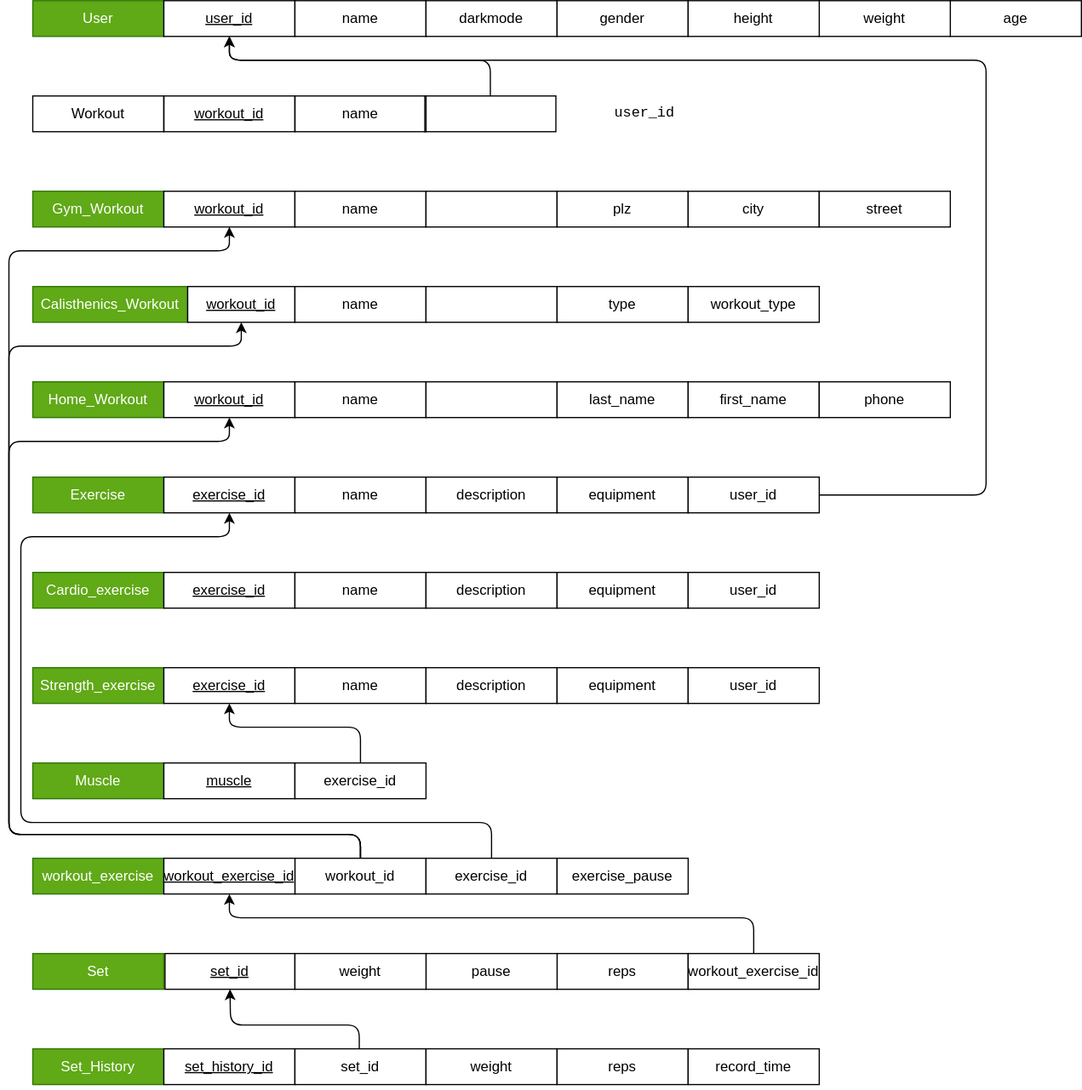
Earlier version of the draw.io export DataBase-RelationasSchema.drawio.svg (Johannes0220/DatabaseProject). Source tidied: cells renumbered, new cells last; positions are measured from the earlier drawing's top-left corner, leaving out a move shared by most shapes.
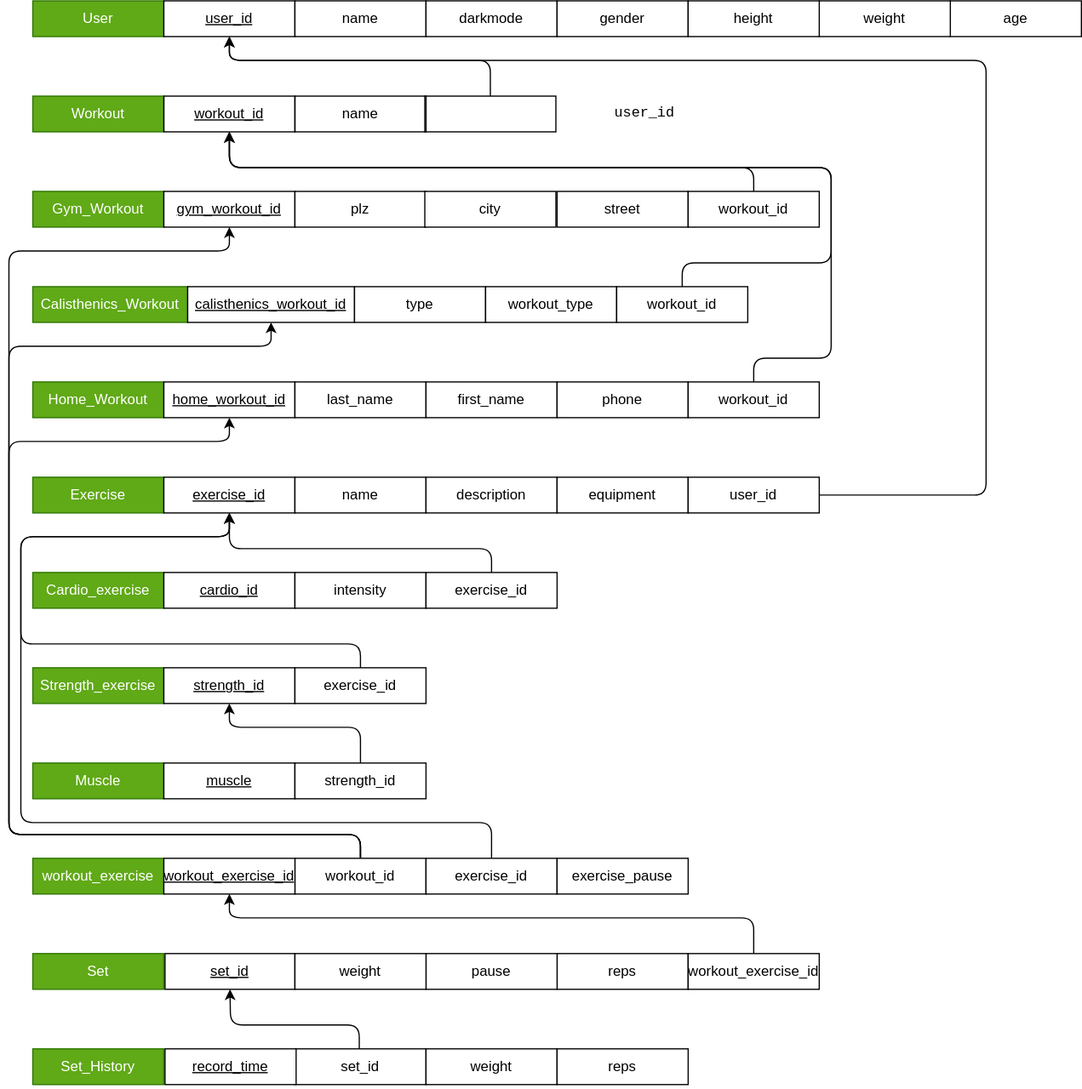
The same file after the commit.

Commit message:
Fixed Union, disjunction and weak entities

What changed in the source:
```diff
@@ -26,7 +26,7 @@
     <mxCell id="9" value="height" style="whiteSpace=wrap;html=1;" parent="1" vertex="1">
       <mxGeometry x="570" width="110" height="30" as="geometry" />
     </mxCell>
-    <mxCell id="10" value="Workout" style="whiteSpace=wrap;html=1;fillColor=none;" parent="1" vertex="1">
+    <mxCell id="10" value="Workout" style="whiteSpace=wrap;html=1;fillColor=#60a917;fontColor=#ffffff;strokeColor=#2D7600;" parent="1" vertex="1">
       <mxGeometry x="20" y="80" width="110" height="30" as="geometry" />
     </mxCell>
     <mxCell id="11" value="&lt;u&gt;workout_id&lt;/u&gt;" style="whiteSpace=wrap;html=1;fillColor=none;" parent="1" vertex="1">
@@ -97,7 +97,7 @@
           <mxPoint y="700" />
           <mxPoint y="450" />
           <mxPoint y="290" />
-          <mxPoint x="195" y="290" />
+          <mxPoint x="220" y="290" />
         </Array>
       </mxGeometry>
     </mxCell>
@@ -161,9 +161,6 @@
     <mxCell id="37" value="Set_History" style="whiteSpace=wrap;html=1;fillColor=#60a917;fontColor=#ffffff;strokeColor=#2D7600;" parent="1" vertex="1">
       <mxGeometry x="20" y="880" width="110" height="30" as="geometry" />
     </mxCell>
-    <mxCell id="38" value="&lt;u&gt;set_history_id&lt;/u&gt;" style="whiteSpace=wrap;html=1;" parent="1" vertex="1">
-      <mxGeometry x="130" y="880" width="110" height="30" as="geometry" />
-    </mxCell>
     <mxCell id="39" style="edgeStyle=none;html=1;exitX=0.5;exitY=0;exitDx=0;exitDy=0;entryX=0.5;entryY=1;entryDx=0;entryDy=0;" parent="1" edge="1" source="40" target="31">
       <mxGeometry relative="1" as="geometry">
         <Array as="points">
@@ -182,68 +179,50 @@
     <mxCell id="42" value="reps" style="whiteSpace=wrap;html=1;" parent="1" vertex="1">
       <mxGeometry x="460" y="880" width="110" height="30" as="geometry" />
     </mxCell>
-    <mxCell id="43" value="record_time" style="whiteSpace=wrap;html=1;" parent="1" vertex="1">
-      <mxGeometry x="570" y="880" width="110" height="30" as="geometry" />
+    <mxCell id="43" value="&lt;u&gt;record_time&lt;/u&gt;" style="whiteSpace=wrap;html=1;" parent="1" vertex="1">
+      <mxGeometry x="131" y="880" width="110" height="30" as="geometry" />
     </mxCell>
     <mxCell id="44" value="Gym_Workout" style="whiteSpace=wrap;html=1;fillColor=#60a917;fontColor=#ffffff;strokeColor=#2D7600;" parent="1" vertex="1">
       <mxGeometry x="20" y="160" width="110" height="30" as="geometry" />
     </mxCell>
-    <mxCell id="45" value="&lt;u&gt;workout_id&lt;/u&gt;" style="whiteSpace=wrap;html=1;" parent="1" vertex="1">
+    <mxCell id="45" value="&lt;u&gt;gym_workout_id&lt;/u&gt;" style="whiteSpace=wrap;html=1;" parent="1" vertex="1">
       <mxGeometry x="130" y="160" width="110" height="30" as="geometry" />
     </mxCell>
-    <mxCell id="46" value="name" style="whiteSpace=wrap;html=1;" parent="1" vertex="1">
-      <mxGeometry x="240" y="160" width="110" height="30" as="geometry" />
-    </mxCell>
-    <mxCell id="47" value="&lt;pre&gt;user_id&lt;/pre&gt;" style="whiteSpace=wrap;html=1;" parent="1" vertex="1">
-      <mxGeometry x="350" y="160" width="110" height="30" as="geometry" />
-    </mxCell>
     <mxCell id="48" value="plz" style="whiteSpace=wrap;html=1;" parent="1" vertex="1">
-      <mxGeometry x="460" y="160" width="110" height="30" as="geometry" />
+      <mxGeometry x="240" y="160" width="110" height="30" as="geometry" />
     </mxCell>
     <mxCell id="49" value="Calisthenics_Workout" style="whiteSpace=wrap;html=1;fillColor=#60a917;fontColor=#ffffff;strokeColor=#2D7600;" parent="1" vertex="1">
       <mxGeometry x="20" y="240" width="130" height="30" as="geometry" />
     </mxCell>
-    <mxCell id="50" value="&lt;u&gt;workout_id&lt;/u&gt;" style="whiteSpace=wrap;html=1;" parent="1" vertex="1">
-      <mxGeometry x="150" y="240" width="90" height="30" as="geometry" />
+    <mxCell id="50" value="&lt;u&gt;calisthenics_workout_id&lt;/u&gt;" style="whiteSpace=wrap;html=1;" parent="1" vertex="1">
+      <mxGeometry x="150" y="240" width="140" height="30" as="geometry" />
     </mxCell>
-    <mxCell id="51" value="name" style="whiteSpace=wrap;html=1;" parent="1" vertex="1">
-      <mxGeometry x="240" y="240" width="110" height="30" as="geometry" />
-    </mxCell>
-    <mxCell id="52" value="&lt;pre&gt;user_id&lt;/pre&gt;" style="whiteSpace=wrap;html=1;" parent="1" vertex="1">
-      <mxGeometry x="350" y="240" width="110" height="30" as="geometry" />
-    </mxCell>
     <mxCell id="53" value="Home_Workout" style="whiteSpace=wrap;html=1;fillColor=#60a917;fontColor=#ffffff;strokeColor=#2D7600;" parent="1" vertex="1">
       <mxGeometry x="20" y="320" width="110" height="30" as="geometry" />
     </mxCell>
-    <mxCell id="54" value="&lt;u&gt;workout_id&lt;/u&gt;" style="whiteSpace=wrap;html=1;" parent="1" vertex="1">
+    <mxCell id="54" value="&lt;u&gt;home_workout_id&lt;/u&gt;" style="whiteSpace=wrap;html=1;" parent="1" vertex="1">
       <mxGeometry x="130" y="320" width="110" height="30" as="geometry" />
     </mxCell>
-    <mxCell id="55" value="name" style="whiteSpace=wrap;html=1;" parent="1" vertex="1">
-      <mxGeometry x="240" y="320" width="110" height="30" as="geometry" />
-    </mxCell>
-    <mxCell id="56" value="&lt;pre&gt;user_id&lt;/pre&gt;" style="whiteSpace=wrap;html=1;" parent="1" vertex="1">
-      <mxGeometry x="350" y="320" width="110" height="30" as="geometry" />
-    </mxCell>
     <mxCell id="57" value="type" style="whiteSpace=wrap;html=1;" parent="1" vertex="1">
-      <mxGeometry x="460" y="240" width="110" height="30" as="geometry" />
+      <mxGeometry x="290" y="240" width="110" height="30" as="geometry" />
     </mxCell>
     <mxCell id="58" value="last_name" style="whiteSpace=wrap;html=1;" parent="1" vertex="1">
-      <mxGeometry x="460" y="320" width="110" height="30" as="geometry" />
+      <mxGeometry x="240" y="320" width="110" height="30" as="geometry" />
     </mxCell>
     <mxCell id="59" value="workout_type" style="whiteSpace=wrap;html=1;" parent="1" vertex="1">
-      <mxGeometry x="570" y="240" width="110" height="30" as="geometry" />
+      <mxGeometry x="400" y="240" width="110" height="30" as="geometry" />
     </mxCell>
     <mxCell id="60" value="first_name" style="whiteSpace=wrap;html=1;" parent="1" vertex="1">
-      <mxGeometry x="570" y="320" width="110" height="30" as="geometry" />
+      <mxGeometry x="350" y="320" width="110" height="30" as="geometry" />
     </mxCell>
     <mxCell id="61" value="city" style="whiteSpace=wrap;html=1;" parent="1" vertex="1">
-      <mxGeometry x="570" y="160" width="110" height="30" as="geometry" />
+      <mxGeometry x="349" y="160" width="110" height="30" as="geometry" />
     </mxCell>
     <mxCell id="62" value="street" style="whiteSpace=wrap;html=1;" parent="1" vertex="1">
-      <mxGeometry x="680" y="160" width="110" height="30" as="geometry" />
+      <mxGeometry x="460" y="160" width="110" height="30" as="geometry" />
     </mxCell>
     <mxCell id="63" value="phone" style="whiteSpace=wrap;html=1;" parent="1" vertex="1">
-      <mxGeometry x="680" y="320" width="110" height="30" as="geometry" />
+      <mxGeometry x="460" y="320" width="110" height="30" as="geometry" />
     </mxCell>
     <mxCell id="64" value="exercise_pause" style="whiteSpace=wrap;html=1;" parent="1" vertex="1">
       <mxGeometry x="460" y="720" width="110" height="30" as="geometry" />
@@ -251,39 +230,15 @@
     <mxCell id="65" value="Cardio_exercise" style="whiteSpace=wrap;html=1;fillColor=#60a917;fontColor=#ffffff;strokeColor=#2D7600;" parent="1" vertex="1">
       <mxGeometry x="20" y="480" width="110" height="30" as="geometry" />
     </mxCell>
-    <mxCell id="66" value="&lt;u&gt;exercise_id&lt;/u&gt;" style="whiteSpace=wrap;html=1;" parent="1" vertex="1">
+    <mxCell id="66" value="&lt;u&gt;cardio_id&lt;/u&gt;" style="whiteSpace=wrap;html=1;" parent="1" vertex="1">
       <mxGeometry x="130" y="480" width="110" height="30" as="geometry" />
     </mxCell>
-    <mxCell id="67" value="name" style="whiteSpace=wrap;html=1;" parent="1" vertex="1">
-      <mxGeometry x="240" y="480" width="110" height="30" as="geometry" />
-    </mxCell>
-    <mxCell id="68" value="description" style="whiteSpace=wrap;html=1;" parent="1" vertex="1">
-      <mxGeometry x="350" y="480" width="110" height="30" as="geometry" />
-    </mxCell>
-    <mxCell id="69" value="equipment" style="whiteSpace=wrap;html=1;" parent="1" vertex="1">
-      <mxGeometry x="460" y="480" width="110" height="30" as="geometry" />
-    </mxCell>
-    <mxCell id="70" value="user_id" style="whiteSpace=wrap;html=1;" parent="1" vertex="1">
-      <mxGeometry x="570" y="480" width="110" height="30" as="geometry" />
-    </mxCell>
     <mxCell id="71" value="Strength_exercise" style="whiteSpace=wrap;html=1;fillColor=#60a917;fontColor=#ffffff;strokeColor=#2D7600;" parent="1" vertex="1">
       <mxGeometry x="20" y="560" width="110" height="30" as="geometry" />
     </mxCell>
-    <mxCell id="72" value="&lt;u&gt;exercise_id&lt;/u&gt;" style="whiteSpace=wrap;html=1;" parent="1" vertex="1">
+    <mxCell id="72" value="&lt;u&gt;strength_id&lt;/u&gt;" style="whiteSpace=wrap;html=1;" parent="1" vertex="1">
       <mxGeometry x="130" y="560" width="110" height="30" as="geometry" />
     </mxCell>
-    <mxCell id="73" value="name" style="whiteSpace=wrap;html=1;" parent="1" vertex="1">
-      <mxGeometry x="240" y="560" width="110" height="30" as="geometry" />
-    </mxCell>
-    <mxCell id="74" value="description" style="whiteSpace=wrap;html=1;" parent="1" vertex="1">
-      <mxGeometry x="350" y="560" width="110" height="30" as="geometry" />
-    </mxCell>
-    <mxCell id="75" value="equipment" style="whiteSpace=wrap;html=1;" parent="1" vertex="1">
-      <mxGeometry x="460" y="560" width="110" height="30" as="geometry" />
-    </mxCell>
-    <mxCell id="76" value="user_id" style="whiteSpace=wrap;html=1;" parent="1" vertex="1">
-      <mxGeometry x="570" y="560" width="110" height="30" as="geometry" />
-    </mxCell>
     <mxCell id="77" value="Muscle" style="whiteSpace=wrap;html=1;fillColor=#60a917;fontColor=#ffffff;strokeColor=#2D7600;" parent="1" vertex="1">
       <mxGeometry x="20" y="640" width="110" height="30" as="geometry" />
     </mxCell>
@@ -298,8 +253,72 @@
         </Array>
       </mxGeometry>
     </mxCell>
-    <mxCell id="80" value="exercise_id" style="whiteSpace=wrap;html=1;" parent="1" vertex="1">
+    <mxCell id="80" value="strength_id" style="whiteSpace=wrap;html=1;" parent="1" vertex="1">
       <mxGeometry x="240" y="640" width="110" height="30" as="geometry" />
     </mxCell>
+    <mxCell id="81" value="intensity" style="whiteSpace=wrap;html=1;" parent="1" vertex="1">
+      <mxGeometry x="240" y="480" width="110" height="30" as="geometry" />
+    </mxCell>
+    <mxCell id="82" style="edgeStyle=none;html=1;exitX=0.5;exitY=0;exitDx=0;exitDy=0;entryX=0.5;entryY=1;entryDx=0;entryDy=0;" parent="1" edge="1" source="83" target="16">
+      <mxGeometry relative="1" as="geometry">
+        <Array as="points">
+          <mxPoint x="295" y="540" />
+          <mxPoint x="10" y="540" />
+          <mxPoint x="10" y="450" />
+          <mxPoint x="185" y="450" />
+        </Array>
+      </mxGeometry>
+    </mxCell>
+    <mxCell id="83" value="exercise_id" style="whiteSpace=wrap;html=1;" parent="1" vertex="1">
+      <mxGeometry x="240" y="560" width="110" height="30" as="geometry" />
+    </mxCell>
+    <mxCell id="84" style="edgeStyle=none;html=1;exitX=0.5;exitY=0;exitDx=0;exitDy=0;entryX=0.5;entryY=1;entryDx=0;entryDy=0;" parent="1" edge="1" source="85" target="16">
+      <mxGeometry relative="1" as="geometry">
+        <Array as="points">
+          <mxPoint x="405" y="460" />
+          <mxPoint x="185" y="460" />
+        </Array>
+      </mxGeometry>
+    </mxCell>
+    <mxCell id="85" value="exercise_id" style="whiteSpace=wrap;html=1;" parent="1" vertex="1">
+      <mxGeometry x="350" y="480" width="110" height="30" as="geometry" />
+    </mxCell>
+    <mxCell id="86" style="edgeStyle=none;html=1;exitX=0.5;exitY=0;exitDx=0;exitDy=0;entryX=0.5;entryY=1;entryDx=0;entryDy=0;" parent="1" edge="1" source="87" target="11">
+      <mxGeometry relative="1" as="geometry">
+        <Array as="points">
+          <mxPoint x="625" y="140" />
+          <mxPoint x="185" y="140" />
+        </Array>
+      </mxGeometry>
+    </mxCell>
+    <mxCell id="87" value="workout_id" style="whiteSpace=wrap;html=1;" parent="1" vertex="1">
+      <mxGeometry x="570" y="160" width="110" height="30" as="geometry" />
+    </mxCell>
+    <mxCell id="88" style="edgeStyle=none;html=1;exitX=0.5;exitY=0;exitDx=0;exitDy=0;entryX=0.5;entryY=1;entryDx=0;entryDy=0;" parent="1" edge="1" source="89" target="11">
+      <mxGeometry relative="1" as="geometry">
+        <Array as="points">
+          <mxPoint x="565" y="220" />
+          <mxPoint x="690" y="220" />
+          <mxPoint x="690" y="140" />
+          <mxPoint x="185" y="140" />
+        </Array>
+      </mxGeometry>
+    </mxCell>
+    <mxCell id="89" value="workout_id" style="whiteSpace=wrap;html=1;" parent="1" vertex="1">
+      <mxGeometry x="510" y="240" width="110" height="30" as="geometry" />
+    </mxCell>
+    <mxCell id="90" style="edgeStyle=none;html=1;exitX=0.5;exitY=0;exitDx=0;exitDy=0;entryX=0.5;entryY=1;entryDx=0;entryDy=0;" parent="1" edge="1" source="91" target="11">
+      <mxGeometry relative="1" as="geometry">
+        <Array as="points">
+          <mxPoint x="625" y="300" />
+          <mxPoint x="690" y="300" />
+          <mxPoint x="690" y="140" />
+          <mxPoint x="185" y="140" />
+        </Array>
+      </mxGeometry>
+    </mxCell>
+    <mxCell id="91" value="workout_id" style="whiteSpace=wrap;html=1;" parent="1" vertex="1">
+      <mxGeometry x="570" y="320" width="110" height="30" as="geometry" />
+    </mxCell>
   </root>
 </mxGraphModel>
```
